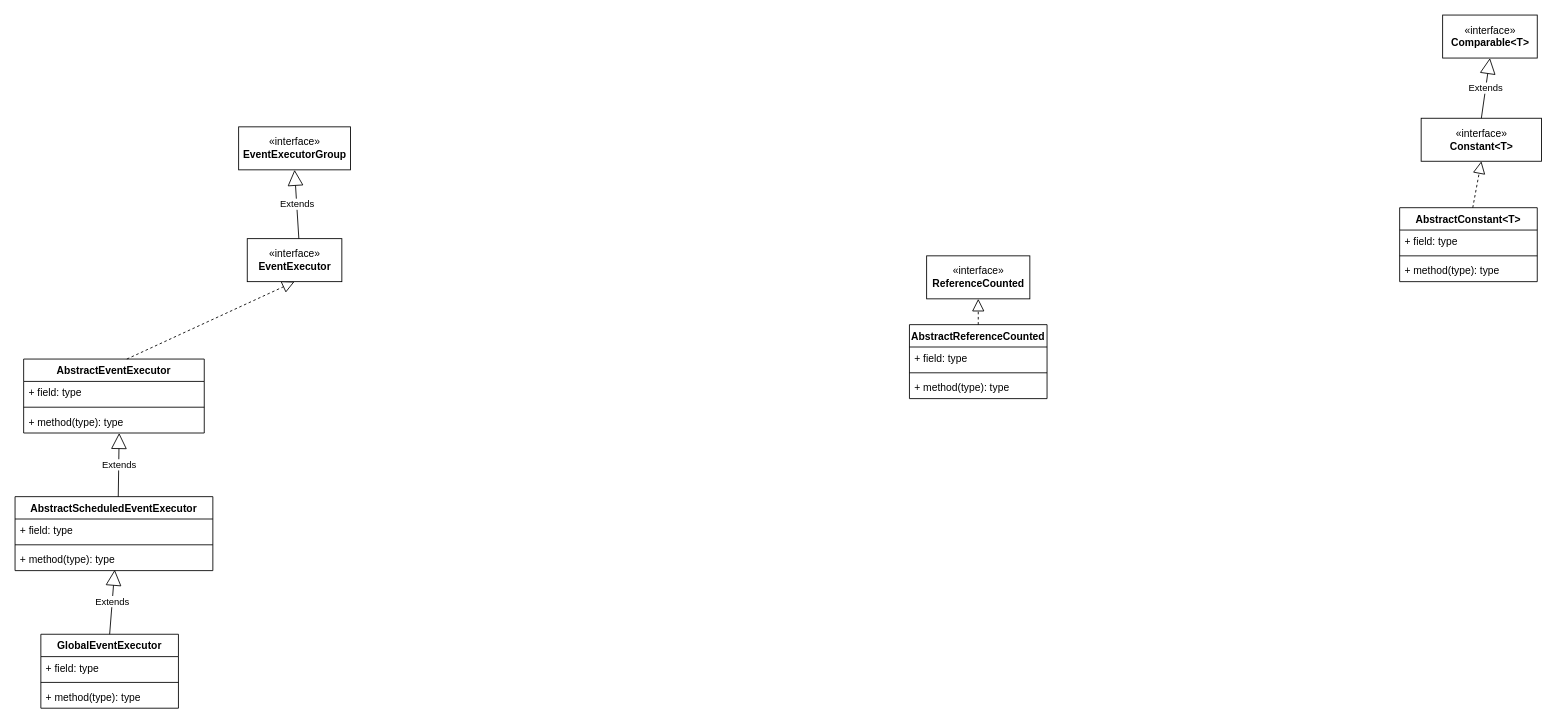
This is page "util" (1 of 11) of Netty.drawio from tadsimons/draw, a draw.io file, before an edit. Source tidied: cells renumbered, new cells numbered last; positions are measured from the earlier drawing's top-left corner, leaving out a move shared by most shapes. Both pictures are drawn from the tidied source at 86%, with x=0, y=0 at pixel (15, 15).
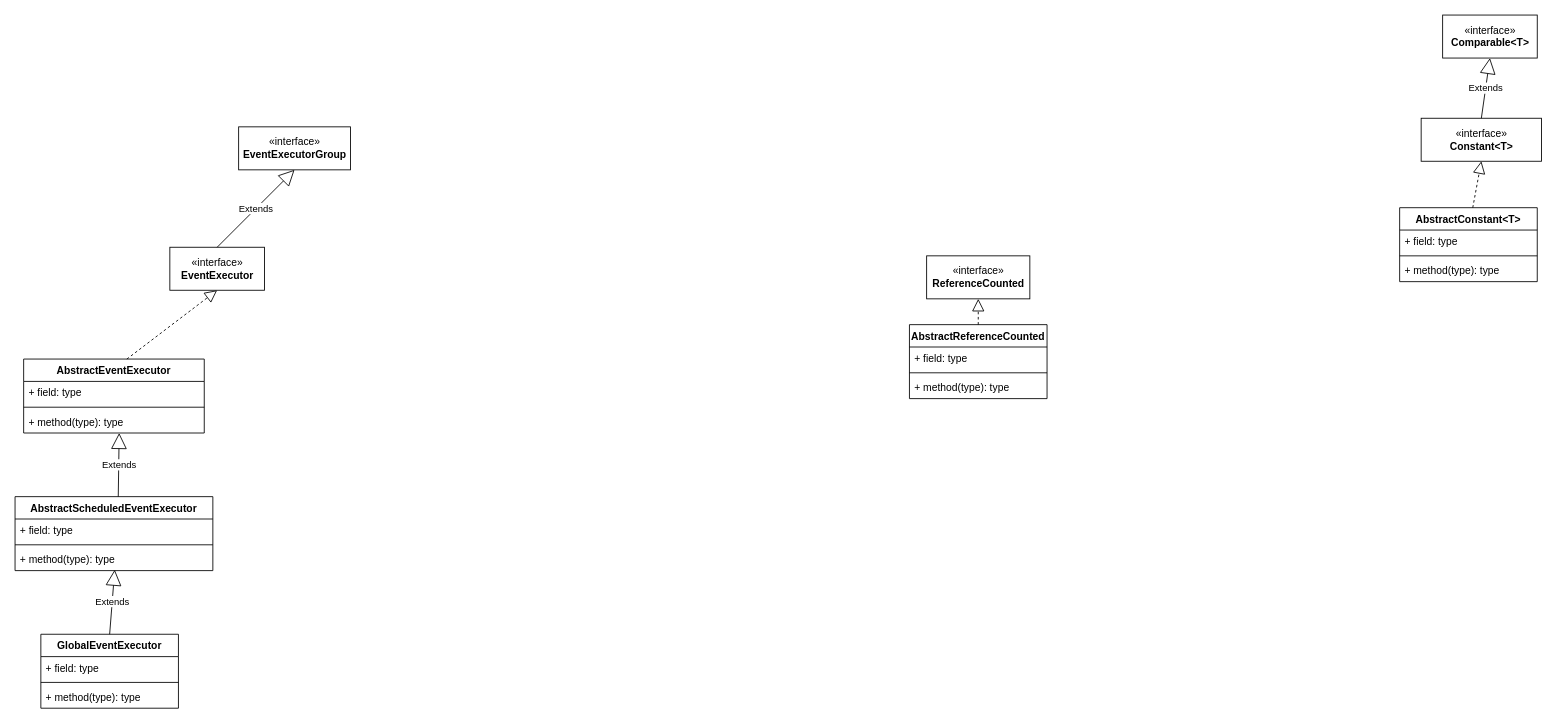
After the change.

The change refers to these unchanged cells:
```xml
<mxCell id="18" value="«interface»&lt;br&gt;&lt;b&gt;EventExecutorGroup&lt;/b&gt;" style="html=1;fillColor=#FFFFFF;" parent="1" vertex="1">
  <mxGeometry x="260" y="130" width="130" height="50" as="geometry" />
</mxCell>
```

The edit, as a diff of the source:
```diff
@@
     <mxCell id="17" value="«interface»&lt;br&gt;&lt;b&gt;EventExecutor&lt;/b&gt;" style="html=1;fillColor=#FFFFFF;" parent="1" vertex="1">
-      <mxGeometry x="270" y="260" width="110" height="50" as="geometry" />
+      <mxGeometry x="180" y="270" width="110" height="50" as="geometry" />
     </mxCell>
@@
-    <mxCell id="19" value="Extends" style="endArrow=block;endSize=16;endFill=0;html=1;entryX=0.5;entryY=1;entryDx=0;entryDy=0;" parent="1" edge="1" target="18">
-      <mxGeometry relative="1" as="geometry">
-        <mxPoint x="330" y="260" as="sourcePoint" />
-      </mxGeometry>
+    <mxCell id="19" value="Extends" style="endArrow=block;endSize=16;endFill=0;html=1;entryX=0.5;entryY=1;entryDx=0;entryDy=0;exitX=0.5;exitY=0;exitDx=0;exitDy=0;" parent="1" edge="1" source="17" target="18">
+      <mxGeometry relative="1" as="geometry" />
     </mxCell>
```
